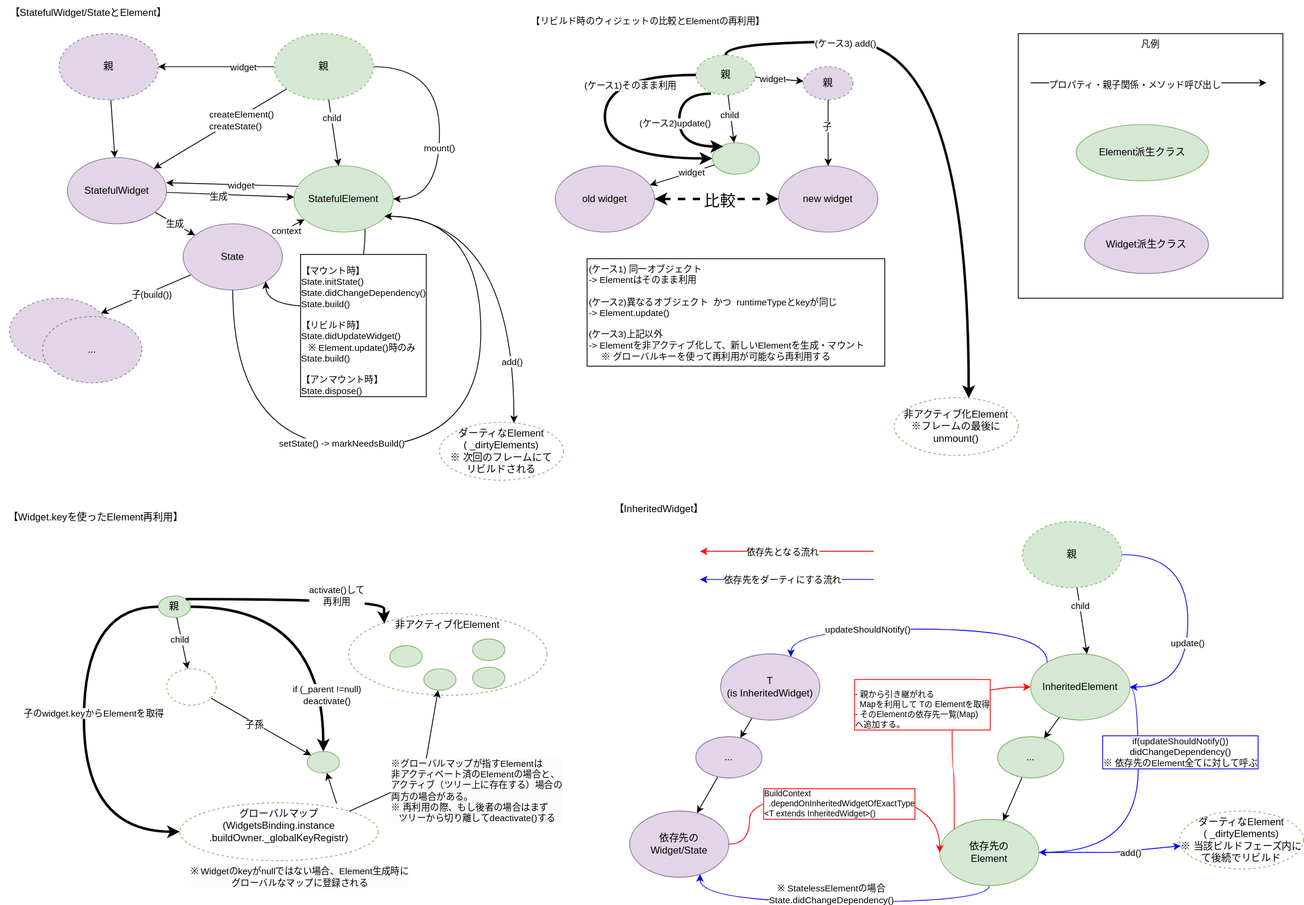
Above: flutter/svg/state_management/abst.svg in megur0/docs (draw.io), before the change. Source tidied: cells renumbered, new cells last; positions are measured from the earlier drawing's top-left corner, leaving out a move shared by most shapes.
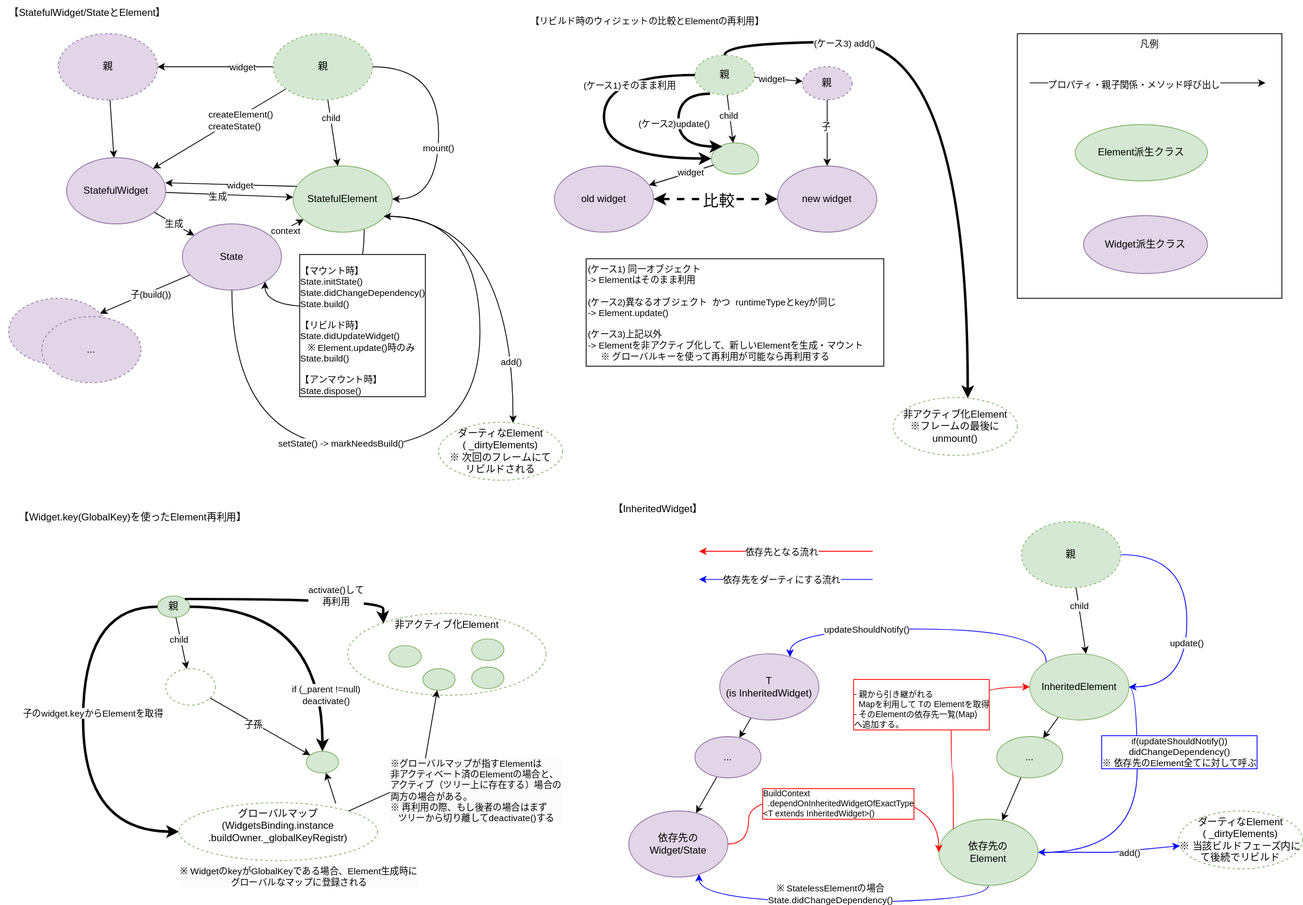
After the change.

Diff of the diagram source:
```diff
@@ -219,8 +219,8 @@
     <mxCell id="57" style="ellipse;whiteSpace=wrap;html=1;fillColor=#d5e8d4;strokeColor=#82b366;" parent="1" vertex="1">
       <mxGeometry x="571" y="806" width="39" height="26" as="geometry" />
     </mxCell>
-    <mxCell id="58" value="【Widget.keyを使ったElement再利用】" style="text;html=1;align=center;verticalAlign=middle;strokeColor=none;fillColor=none;" parent="1" vertex="1">
-      <mxGeometry y="610" width="230" height="30" as="geometry" />
+    <mxCell id="58" value="【Widget.key(GlobalKey)を使ったElement再利用】" style="text;html=1;align=center;verticalAlign=middle;strokeColor=none;fillColor=none;" parent="1" vertex="1">
+      <mxGeometry x="11" y="610" width="300" height="30" as="geometry" />
     </mxCell>
     <mxCell id="59" style="edgeStyle=none;rounded=0;jettySize=auto;html=1;strokeColor=default;align=center;verticalAlign=middle;fontFamily=Helvetica;fontSize=11;fontColor=default;labelBackgroundColor=default;endArrow=classic;exitX=1;exitY=0;exitDx=0;exitDy=0;" parent="1" edge="1" source="60" target="55">
       <mxGeometry relative="1" as="geometry">
@@ -285,8 +285,8 @@
     <mxCell id="73" value="子孫" style="edgeLabel;html=1;align=center;verticalAlign=middle;fontFamily=Helvetica;fontSize=11;fontColor=default;labelBackgroundColor=default;" parent="72" vertex="1">
       <mxGeometry x="-0.12" y="-2" relative="1" as="geometry" />
     </mxCell>
-    <mxCell id="74" value="&lt;div style=&quot;background-color: rgb(251, 251, 251);&quot;&gt;※ Widgetのkeyが&lt;span style=&quot;background-color: initial;&quot;&gt;nullではない場合、Element生成時に&lt;/span&gt;&lt;/div&gt;&lt;div style=&quot;background-color: rgb(251, 251, 251);&quot;&gt;グローバルなマップに&lt;span style=&quot;background-color: initial;&quot;&gt;登録される&lt;/span&gt;&lt;/div&gt;" style="text;html=1;align=center;verticalAlign=middle;strokeColor=none;fillColor=none;fontFamily=Helvetica;fontSize=11;fontColor=default;labelBackgroundColor=default;" parent="1" vertex="1">
-      <mxGeometry x="221.5" y="1040" width="280" height="40" as="geometry" />
+    <mxCell id="74" value="&lt;div style=&quot;background-color: rgb(251, 251, 251);&quot;&gt;※ WidgetのkeyがGlobalKey&lt;span style=&quot;background-color: initial;&quot;&gt;である場合、Element生成時に&lt;/span&gt;&lt;/div&gt;&lt;div style=&quot;background-color: rgb(251, 251, 251);&quot;&gt;グローバルなマップに&lt;span style=&quot;background-color: initial;&quot;&gt;登録される&lt;/span&gt;&lt;/div&gt;" style="text;html=1;align=center;verticalAlign=middle;strokeColor=none;fillColor=none;fontFamily=Helvetica;fontSize=11;fontColor=default;labelBackgroundColor=default;" parent="1" vertex="1">
+      <mxGeometry x="206.5" y="1040" width="310" height="40" as="geometry" />
     </mxCell>
     <mxCell id="75" value="&lt;div style=&quot;background-color: rgb(251, 251, 251);&quot;&gt;※グローバルマップが指すElementは&lt;/div&gt;&lt;div style=&quot;background-color: rgb(251, 251, 251);&quot;&gt;非アクティベート済のElementの場合と、&lt;/div&gt;&lt;div style=&quot;background-color: rgb(251, 251, 251);&quot;&gt;アクティブ（ツリー上に存在する）場合の&lt;/div&gt;&lt;div style=&quot;background-color: rgb(251, 251, 251);&quot;&gt;両方の場合がある。&lt;/div&gt;&lt;div style=&quot;background-color: rgb(251, 251, 251);&quot;&gt;※ 再利用の際、もし後者の場合はまず&lt;/div&gt;&lt;div style=&quot;background-color: rgb(251, 251, 251);&quot;&gt;&amp;nbsp; &amp;nbsp;ツリーから切り離してdeactivate()する&lt;/div&gt;" style="text;html=1;align=left;verticalAlign=middle;strokeColor=none;fillColor=none;fontFamily=Helvetica;fontSize=11;fontColor=default;labelBackgroundColor=default;" parent="1" vertex="1">
       <mxGeometry x="471" y="911" width="230" height="90" as="geometry" />
```
